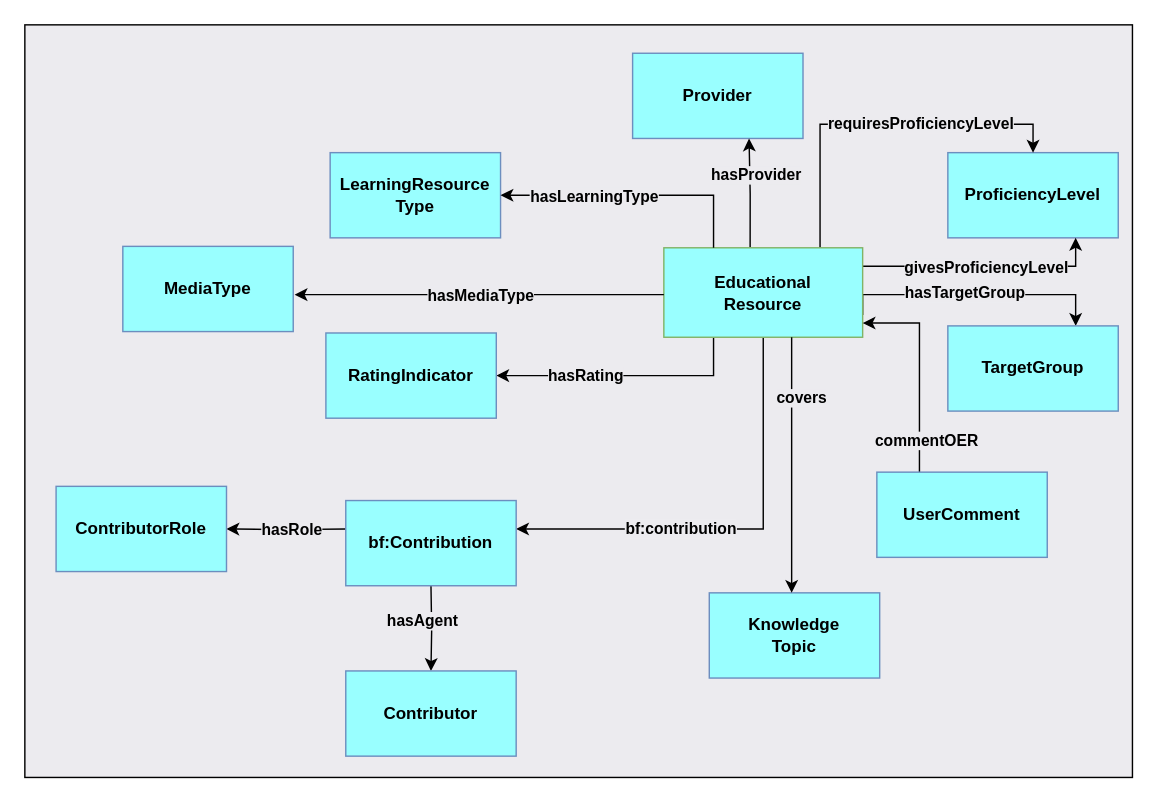
This is visualisations/EducationalResourcePattern_CD.drawio from data-literacy-alliance/dalia-ontology, a draw.io file, before an edit. Source tidied: cells renumbered, new cells numbered last; positions are measured from the earlier drawing's top-left corner, leaving out a move shared by most shapes. Both pictures are drawn from the tidied source at 142%, with x=0, y=0 at pixel (24, 24).
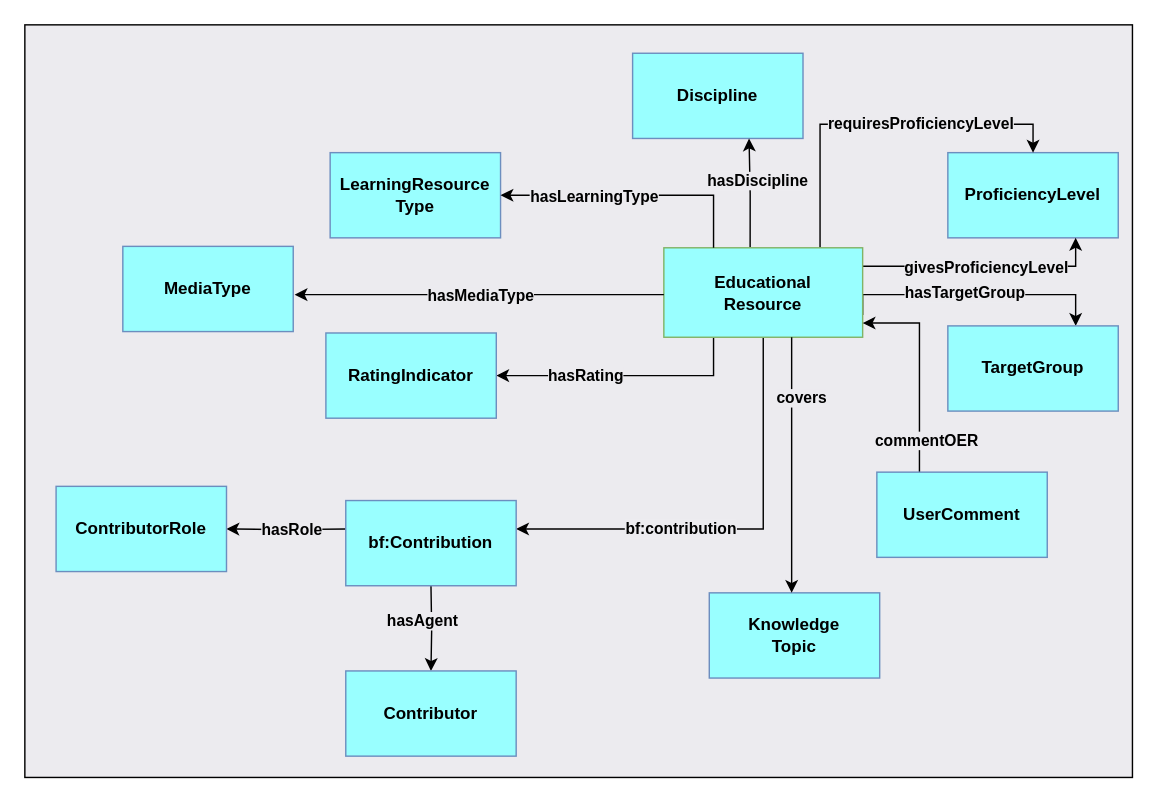
The same page after the edit.

Diff of the diagram source:
```diff
@@
-    <mxCell id="3" value="Provider" style="rounded=0;whiteSpace=wrap;html=1;fillColor=#99FFFF;strokeColor=#6c8ebf;gradientColor=none;fillStyle=auto;fontStyle=1;" parent="1" vertex="1">
+    <mxCell id="3" value="Discipline" style="rounded=0;whiteSpace=wrap;html=1;fillColor=#99FFFF;strokeColor=#6c8ebf;gradientColor=none;fillStyle=auto;fontStyle=1;" parent="1" vertex="1">
       <mxGeometry x="428" y="20" width="120" height="60" as="geometry" />
     </mxCell>
@@
-    <mxCell id="28" value="&lt;b&gt;hasProvider&lt;/b&gt;" style="edgeLabel;html=1;align=center;verticalAlign=middle;labelBackgroundColor=#ECEBEF;" parent="1" vertex="1">
+    <mxCell id="28" value="&lt;b&gt;hasDiscipline&lt;/b&gt;" style="edgeLabel;html=1;align=center;verticalAlign=middle;labelBackgroundColor=#ECEBEF;" parent="1" vertex="1">
       <mxGeometry x="530" y="113" as="geometry">
-        <mxPoint x="-16" y="-8" as="offset" />
+        <mxPoint x="-15" y="-4" as="offset" />
       </mxGeometry>
     </mxCell>
```
